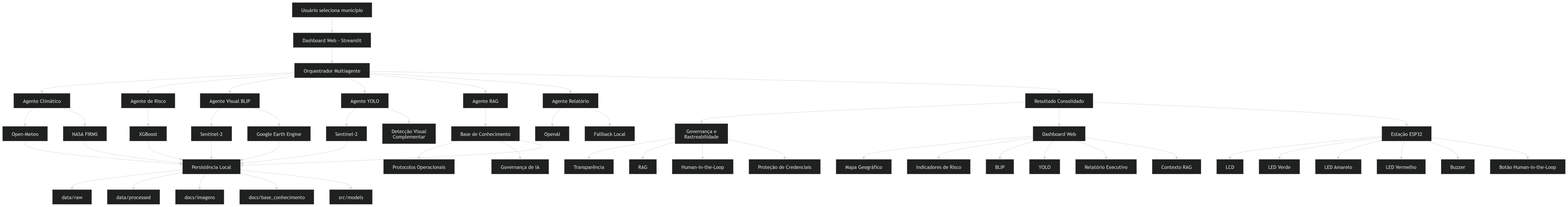
The Mermaid diagram docs/imagens/fluxo_arquitetura.png in Priangelini/Sentinela-Orbital-IA, before a commit. Its source is kept beside it as docs/diagramas/fluxo_arquitetura.mmd. The source it was exported from:
```mermaid
flowchart TD

    A[Usuário seleciona município] --> B[Dashboard Web - Streamlit]

    B --> C[Orquestrador Multiagente]

    C --> D[Agente Climático]
    C --> E[Agente de Risco]
    C --> F[Agente Visual BLIP]
    C --> G[Agente YOLO]
    C --> H[Agente RAG]
    C --> I[Agente Relatório]

    D --> D1[Open-Meteo]
    D --> D2[NASA FIRMS]

    E --> E1[XGBoost]

    F --> F1[Sentinel-2]
    F --> F2[Google Earth Engine]

    G --> G1[Sentinel-2]
    G --> G2[Detecção Visual Complementar]

    H --> H1[Base de Conhecimento]
    H1 --> H2[Protocolos Operacionais]
    H1 --> H3[Governança de IA]

    I --> I1[OpenAI]
    I --> I2[Fallback Local]

    D1 --> P[Persistência Local]
    D2 --> P
    F1 --> P
    F2 --> P
    G1 --> P
    E1 --> P
    H1 --> P

    P --> P1[data/raw]
    P --> P2[data/processed]
    P --> P3[docs/imagens]
    P --> P4[docs/base_conhecimento]
    P --> P5[src/models]

    C --> R[Resultado Consolidado]

    R --> S[Governança e Rastreabilidade]

    S --> S1[Transparência]
    S --> S2[RAG]
    S --> S3[Human-in-the-Loop]
    S --> S4[Proteção de Credenciais]

    R --> T[Dashboard Web]

    T --> T1[Mapa Geográfico]
    T --> T2[Indicadores de Risco]
    T --> T3[BLIP]
    T --> T4[YOLO]
    T --> T5[Relatório Executivo]
    T --> T6[Contexto RAG]

    R --> U[Estação ESP32]

    U --> U1[LCD]
    U --> U2[LED Verde]
    U --> U3[LED Amarelo]
    U --> U4[LED Vermelho]
    U --> U5[Buzzer]
    U --> U6[Botão Human-in-the-Loop]
```
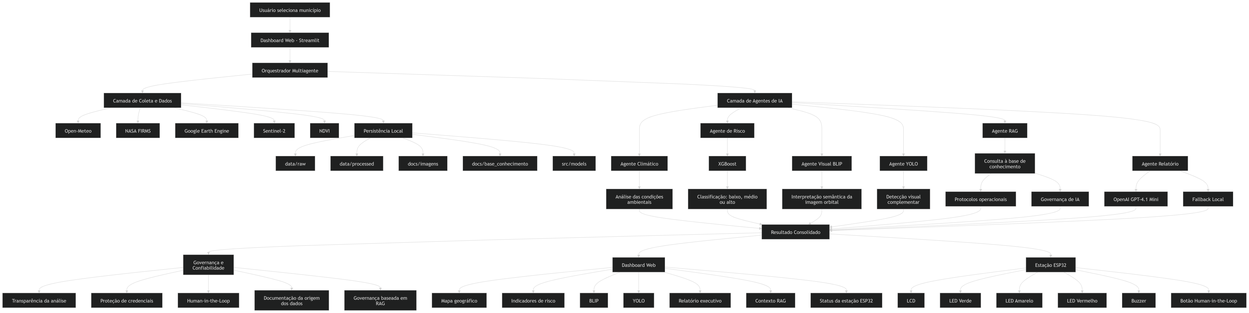
After the commit.

Commit message:
docs: melhora visualização dos diagramas da arquitetura e pipeline

What changed in the source:
```diff
@@ -1,71 +1,75 @@
 flowchart TD
 
     A[Usuário seleciona município] --> B[Dashboard Web - Streamlit]
-
     B --> C[Orquestrador Multiagente]
 
-    C --> D[Agente Climático]
-    C --> E[Agente de Risco]
-    C --> F[Agente Visual BLIP]
-    C --> G[Agente YOLO]
-    C --> H[Agente RAG]
-    C --> I[Agente Relatório]
-
+    C --> D[Camada de Coleta e Dados]
     D --> D1[Open-Meteo]
     D --> D2[NASA FIRMS]
+    D --> D3[Google Earth Engine]
+    D --> D4[Sentinel-2]
+    D --> D5[NDVI]
 
-    E --> E1[XGBoost]
-
-    F --> F1[Sentinel-2]
-    F --> F2[Google Earth Engine]
-
-    G --> G1[Sentinel-2]
-    G --> G2[Detecção Visual Complementar]
-
-    H --> H1[Base de Conhecimento]
-    H1 --> H2[Protocolos Operacionais]
-    H1 --> H3[Governança de IA]
-
-    I --> I1[OpenAI]
-    I --> I2[Fallback Local]
-
-    D1 --> P[Persistência Local]
-    D2 --> P
-    F1 --> P
-    F2 --> P
-    G1 --> P
-    E1 --> P
-    H1 --> P
-
+    D --> P[Persistência Local]
     P --> P1[data/raw]
     P --> P2[data/processed]
     P --> P3[docs/imagens]
     P --> P4[docs/base_conhecimento]
     P --> P5[src/models]
 
-    C --> R[Resultado Consolidado]
+    C --> E[Camada de Agentes de IA]
 
-    R --> S[Governança e Rastreabilidade]
+    E --> E1[Agente Climático]
+    E1 --> E1A[Análise das condições ambientais]
 
-    S --> S1[Transparência]
-    S --> S2[RAG]
-    S --> S3[Human-in-the-Loop]
-    S --> S4[Proteção de Credenciais]
+    E --> E2[Agente de Risco]
+    E2 --> E2A[XGBoost]
+    E2A --> E2B[Classificação: baixo, médio ou alto]
 
-    R --> T[Dashboard Web]
+    E --> E3[Agente Visual BLIP]
+    E3 --> E3A[Interpretação semântica da imagem orbital]
 
-    T --> T1[Mapa Geográfico]
-    T --> T2[Indicadores de Risco]
-    T --> T3[BLIP]
-    T --> T4[YOLO]
-    T --> T5[Relatório Executivo]
-    T --> T6[Contexto RAG]
+    E --> E4[Agente YOLO]
+    E4 --> E4A[Detecção visual complementar]
 
-    R --> U[Estação ESP32]
+    E --> E5[Agente RAG]
+    E5 --> E5A[Consulta à base de conhecimento]
+    E5A --> E5B[Protocolos operacionais]
+    E5A --> E5C[Governança de IA]
 
-    U --> U1[LCD]
-    U --> U2[LED Verde]
-    U --> U3[LED Amarelo]
-    U --> U4[LED Vermelho]
-    U --> U5[Buzzer]
-    U --> U6[Botão Human-in-the-Loop]
+    E --> E6[Agente Relatório]
+    E6 --> E6A[OpenAI GPT-4.1 Mini]
+    E6 --> E6B[Fallback Local]
+
+    E1A --> R[Resultado Consolidado]
+    E2B --> R
+    E3A --> R
+    E4A --> R
+    E5B --> R
+    E5C --> R
+    E6A --> R
+    E6B --> R
+
+    R --> G[Governança e Confiabilidade]
+    G --> G1[Transparência da análise]
+    G --> G2[Proteção de credenciais]
+    G --> G3[Human-in-the-Loop]
+    G --> G4[Documentação da origem dos dados]
+    G --> G5[Governança baseada em RAG]
+
+    R --> H[Dashboard Web]
+    H --> H1[Mapa geográfico]
+    H --> H2[Indicadores de risco]
+    H --> H3[BLIP]
+    H --> H4[YOLO]
+    H --> H5[Relatório executivo]
+    H --> H6[Contexto RAG]
+    H --> H7[Status da estação ESP32]
+
+    R --> I[Estação ESP32]
+    I --> I1[LCD]
+    I --> I2[LED Verde]
+    I --> I3[LED Amarelo]
+    I --> I4[LED Vermelho]
+    I --> I5[Buzzer]
+    I --> I6[Botão Human-in-the-Loop]
```
